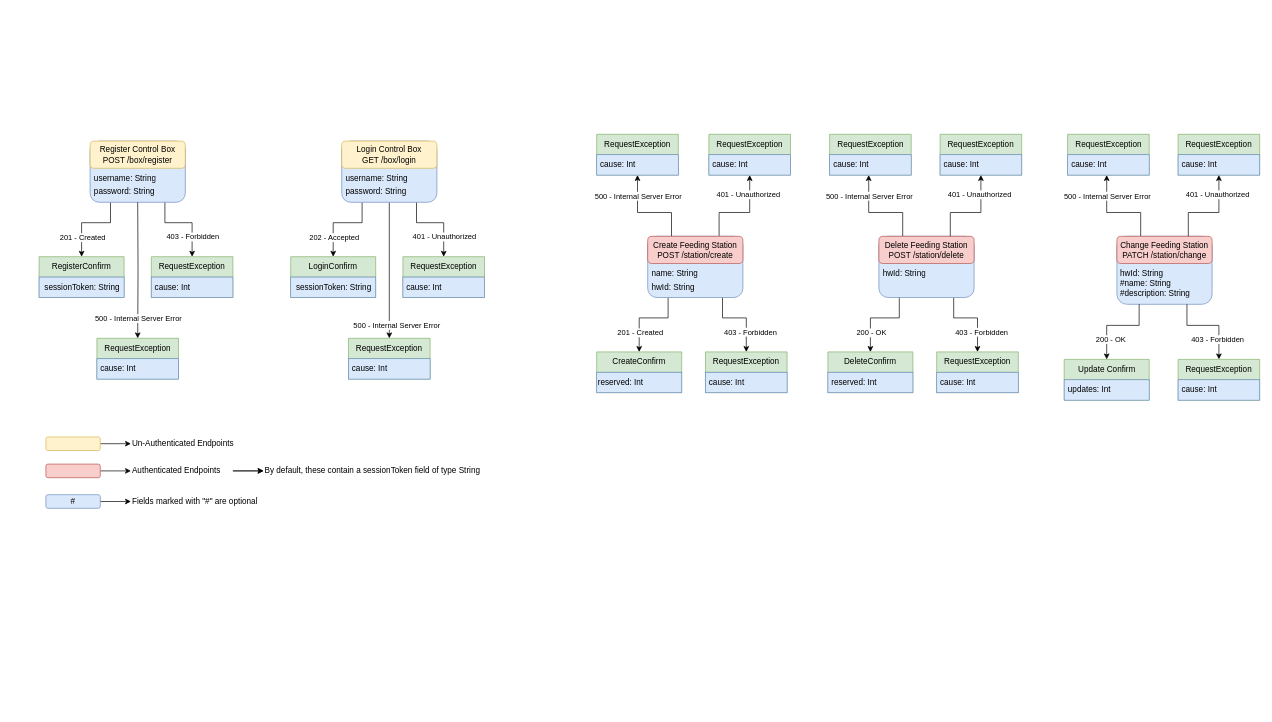
Earlier version of the draw.io diagram page "Page-2" (2 of 2) of Spec/Rest.drawio (Ner027/MooFeeder). Source tidied: cells renumbered, new cells numbered last; positions are measured from the earlier drawing's top-left corner, leaving out a move shared by most shapes. Both pictures are drawn from the tidied source at 68%, with x=0, y=0 at pixel (39, 134).
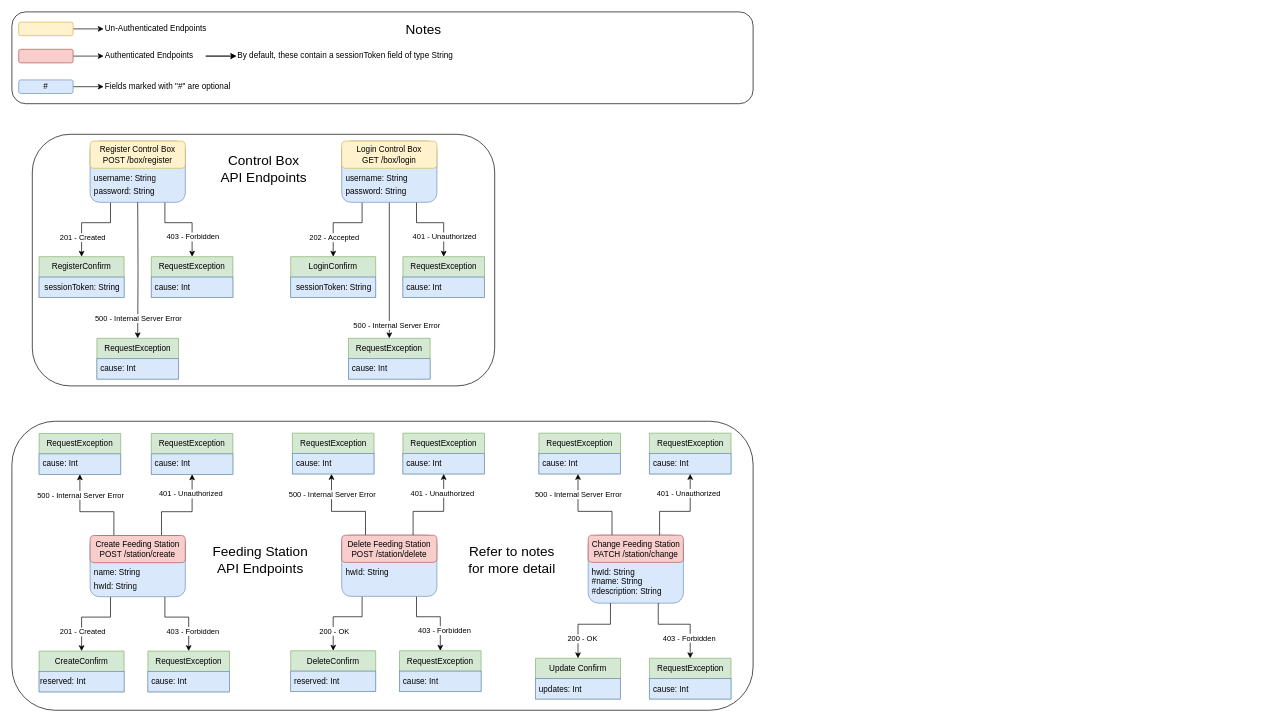
The same page after the edit.

Unchanged cells that the change refers to:
```xml
<mxCell id="50" value="&amp;nbsp;cause: Int" style="text;html=1;align=left;verticalAlign=middle;points=[];strokeColor=#6c8ebf;fillColor=#dae8fc;" parent="49" vertex="1">
  <mxGeometry y="30" width="120" height="30" as="geometry" />
</mxCell>
<mxCell id="68" value="&amp;nbsp;cause: Int" style="text;html=1;align=left;verticalAlign=middle;points=[];strokeColor=#6c8ebf;fillColor=#dae8fc;" parent="67" vertex="1">
  <mxGeometry y="30" width="120" height="30" as="geometry" />
</mxCell>
<mxCell id="88" value="&amp;nbsp;cause: Int" style="text;html=1;align=left;verticalAlign=middle;points=[];strokeColor=#6c8ebf;fillColor=#dae8fc;" parent="87" vertex="1">
  <mxGeometry y="30" width="120" height="30" as="geometry" />
</mxCell>
```

Change to the diagram source:
```diff
@@
     <mxCell id="33" value="CreateConfirm" style="swimlane;fontStyle=0;horizontal=1;startSize=30;whiteSpace=wrap;html=1;fillColor=#d5e8d4;strokeColor=#82b366;" parent="1" vertex="1">
-      <mxGeometry x="820" y="320" width="125" height="60" as="geometry" />
+      <mxGeometry y="760" width="125" height="60" as="geometry" />
     </mxCell>
@@
     <mxCell id="35" style="edgeStyle=orthogonalEdgeStyle;rounded=0;jettySize=auto;html=1;entryX=0.5;entryY=0;entryDx=0;entryDy=0;" parent="1" edge="1" source="40" target="33">
       <mxGeometry relative="1" as="geometry">
         <Array as="points">
-          <mxPoint x="925" y="270" />
-          <mxPoint x="883" y="270" />
+          <mxPoint x="105" y="710" />
+          <mxPoint x="63" y="710" />
         </Array>
       </mxGeometry>
     </mxCell>
@@
     <mxCell id="37" style="edgeStyle=orthogonalEdgeStyle;rounded=0;jettySize=auto;html=1;entryX=0.5;entryY=0;entryDx=0;entryDy=0;" parent="1" edge="1" source="40" target="46">
       <mxGeometry relative="1" as="geometry">
         <Array as="points">
-          <mxPoint x="1005" y="270" />
-          <mxPoint x="1040" y="270" />
+          <mxPoint x="185" y="710" />
+          <mxPoint x="220" y="710" />
         </Array>
       </mxGeometry>
     </mxCell>
     <mxCell id="38" style="edgeStyle=orthogonalEdgeStyle;rounded=0;jettySize=auto;html=1;" parent="1" edge="1" source="40" target="51">
       <mxGeometry relative="1" as="geometry">
         <Array as="points">
-          <mxPoint x="1000" y="115" />
-          <mxPoint x="1045" y="115" />
+          <mxPoint x="180" y="555" />
+          <mxPoint x="225" y="555" />
         </Array>
       </mxGeometry>
     </mxCell>
@@
     <mxCell id="40" style="rounded=1;whiteSpace=wrap;html=1;fillColor=#dae8fc;strokeColor=#6c8ebf;" parent="1" vertex="1">
-      <mxGeometry x="895" y="150" width="140" height="90" as="geometry" />
+      <mxGeometry x="75" y="590" width="140" height="90" as="geometry" />
     </mxCell>
     <mxCell id="41" style="edgeStyle=orthogonalEdgeStyle;rounded=0;jettySize=auto;html=1;" parent="1" edge="1" source="43" target="50">
       <mxGeometry relative="1" as="geometry">
         <Array as="points">
-          <mxPoint x="930" y="115" />
-          <mxPoint x="880" y="115" />
+          <mxPoint x="110" y="555" />
+          <mxPoint x="60" y="555" />
         </Array>
       </mxGeometry>
     </mxCell>
@@
     <mxCell id="43" value="Create Feeding Station&lt;br&gt;POST /station/create" style="rounded=1;whiteSpace=wrap;html=1;fillColor=#f8cecc;strokeColor=#b85450;" parent="1" vertex="1">
-      <mxGeometry x="895" y="150" width="140" height="40" as="geometry" />
+      <mxGeometry x="75" y="590" width="140" height="40" as="geometry" />
     </mxCell>
     <mxCell id="44" value="name: String" style="text;strokeColor=none;fillColor=none;align=left;verticalAlign=middle;spacingLeft=4;spacingRight=4;overflow=hidden;whiteSpace=wrap;html=1;" parent="1" vertex="1">
-      <mxGeometry x="895" y="190" width="120" height="30" as="geometry" />
+      <mxGeometry x="75" y="630" width="120" height="30" as="geometry" />
     </mxCell>
     <mxCell id="45" value="hwId: String" style="text;strokeColor=none;fillColor=none;align=left;verticalAlign=middle;spacingLeft=4;spacingRight=4;overflow=hidden;whiteSpace=wrap;html=1;" parent="1" vertex="1">
-      <mxGeometry x="895" y="210" width="120" height="30" as="geometry" />
+      <mxGeometry x="75" y="650" width="120" height="30" as="geometry" />
     </mxCell>
     <mxCell id="46" value="RequestException" style="swimlane;fontStyle=0;horizontal=1;startSize=30;whiteSpace=wrap;html=1;fillColor=#d5e8d4;strokeColor=#82b366;" parent="1" vertex="1">
-      <mxGeometry x="980" y="320" width="120" height="60" as="geometry" />
+      <mxGeometry x="160" y="760" width="120" height="60" as="geometry" />
     </mxCell>
@@
     <mxCell id="48" value="403 - Forbidden" style="edgeLabel;html=1;align=center;verticalAlign=middle;" parent="1" vertex="1">
-      <mxGeometry x="1045" y="290" as="geometry" />
+      <mxGeometry x="225" y="730" as="geometry" />
     </mxCell>
     <mxCell id="49" value="RequestException" style="swimlane;fontStyle=0;horizontal=1;startSize=30;whiteSpace=wrap;html=1;fillColor=#d5e8d4;strokeColor=#82b366;" parent="1" vertex="1">
-      <mxGeometry x="820" width="120" height="60" as="geometry" />
+      <mxGeometry y="440" width="120" height="60" as="geometry" />
     </mxCell>
@@
     <mxCell id="51" value="RequestException" style="swimlane;fontStyle=0;horizontal=1;startSize=30;whiteSpace=wrap;html=1;fillColor=#d5e8d4;strokeColor=#82b366;" parent="1" vertex="1">
-      <mxGeometry x="985" width="120" height="60" as="geometry" />
+      <mxGeometry x="165" y="440" width="120" height="60" as="geometry" />
     </mxCell>
@@
     <mxCell id="54" value="DeleteConfirm" style="swimlane;fontStyle=0;horizontal=1;startSize=30;whiteSpace=wrap;html=1;fillColor=#d5e8d4;strokeColor=#82b366;" parent="1" vertex="1">
-      <mxGeometry x="1160" y="320" width="125" height="60" as="geometry" />
+      <mxGeometry x="370" y="759.5" width="125" height="60" as="geometry" />
     </mxCell>
@@
     <mxCell id="56" style="edgeStyle=orthogonalEdgeStyle;rounded=0;jettySize=auto;html=1;entryX=0.5;entryY=0;entryDx=0;entryDy=0;" parent="1" edge="1" source="59" target="54">
       <mxGeometry relative="1" as="geometry">
         <Array as="points">
-          <mxPoint x="1265" y="270" />
-          <mxPoint x="1223" y="270" />
+          <mxPoint x="475" y="709.5" />
+          <mxPoint x="433" y="709.5" />
         </Array>
       </mxGeometry>
     </mxCell>
@@
     <mxCell id="58" style="edgeStyle=orthogonalEdgeStyle;rounded=0;jettySize=auto;html=1;entryX=0.5;entryY=0;entryDx=0;entryDy=0;" parent="1" edge="1" source="59" target="64">
       <mxGeometry relative="1" as="geometry">
         <Array as="points">
-          <mxPoint x="1345" y="270" />
-          <mxPoint x="1380" y="270" />
+          <mxPoint x="555" y="709.5" />
+          <mxPoint x="590" y="709.5" />
         </Array>
       </mxGeometry>
     </mxCell>
     <mxCell id="59" style="rounded=1;whiteSpace=wrap;html=1;fillColor=#dae8fc;strokeColor=#6c8ebf;" parent="1" vertex="1">
-      <mxGeometry x="1235" y="150" width="140" height="90" as="geometry" />
+      <mxGeometry x="445" y="589.5" width="140" height="90" as="geometry" />
     </mxCell>
     <mxCell id="60" style="edgeStyle=orthogonalEdgeStyle;rounded=0;jettySize=auto;html=1;" parent="1" edge="1" source="62" target="68">
       <mxGeometry relative="1" as="geometry">
         <Array as="points">
-          <mxPoint x="1270" y="115" />
-          <mxPoint x="1220" y="115" />
+          <mxPoint x="480" y="554.5" />
+          <mxPoint x="430" y="554.5" />
         </Array>
       </mxGeometry>
     </mxCell>
@@
     <mxCell id="62" value="Delete Feeding Station&lt;br&gt;POST /station/delete" style="rounded=1;whiteSpace=wrap;html=1;fillColor=#f8cecc;strokeColor=#b85450;" parent="1" vertex="1">
-      <mxGeometry x="1235" y="150" width="140" height="40" as="geometry" />
+      <mxGeometry x="445" y="589.5" width="140" height="40" as="geometry" />
     </mxCell>
     <mxCell id="63" value="hwId: String" style="text;strokeColor=none;fillColor=none;align=left;verticalAlign=middle;spacingLeft=4;spacingRight=4;overflow=hidden;whiteSpace=wrap;html=1;" parent="1" vertex="1">
-      <mxGeometry x="1235" y="190" width="120" height="30" as="geometry" />
+      <mxGeometry x="445" y="629.5" width="120" height="30" as="geometry" />
     </mxCell>
     <mxCell id="64" value="RequestException" style="swimlane;fontStyle=0;horizontal=1;startSize=30;whiteSpace=wrap;html=1;fillColor=#d5e8d4;strokeColor=#82b366;" parent="1" vertex="1">
-      <mxGeometry x="1320" y="320" width="120" height="60" as="geometry" />
+      <mxGeometry x="530" y="759.5" width="120" height="60" as="geometry" />
     </mxCell>
@@
     <mxCell id="66" value="403 - Forbidden" style="edgeLabel;html=1;align=center;verticalAlign=middle;" parent="1" vertex="1">
-      <mxGeometry x="1385" y="290" as="geometry" />
+      <mxGeometry x="595" y="729.5" as="geometry" />
     </mxCell>
     <mxCell id="67" value="RequestException" style="swimlane;fontStyle=0;horizontal=1;startSize=30;whiteSpace=wrap;html=1;fillColor=#d5e8d4;strokeColor=#82b366;" parent="1" vertex="1">
-      <mxGeometry x="1162.5" width="120" height="60" as="geometry" />
+      <mxGeometry x="372.5" y="439.5" width="120" height="60" as="geometry" />
     </mxCell>
@@
     <mxCell id="69" value="RequestException" style="swimlane;fontStyle=0;horizontal=1;startSize=30;whiteSpace=wrap;html=1;fillColor=#d5e8d4;strokeColor=#82b366;" parent="1" vertex="1">
-      <mxGeometry x="1325" width="120" height="60" as="geometry" />
+      <mxGeometry x="535" y="439.5" width="120" height="60" as="geometry" />
     </mxCell>
@@
     <mxCell id="71" style="edgeStyle=orthogonalEdgeStyle;rounded=0;orthogonalLoop=1;jettySize=auto;html=1;" parent="1" edge="1">
       <mxGeometry relative="1" as="geometry">
-        <mxPoint x="1340" y="150" as="sourcePoint" />
-        <mxPoint x="1385" y="60" as="targetPoint" />
+        <mxPoint x="550" y="589.5" as="sourcePoint" />
+        <mxPoint x="595" y="499.5" as="targetPoint" />
         <Array as="points">
-          <mxPoint x="1340" y="115" />
-          <mxPoint x="1385" y="115" />
+          <mxPoint x="550" y="554.5" />
+          <mxPoint x="595" y="554.5" />
         </Array>
       </mxGeometry>
     </mxCell>
@@
     <mxCell id="74" style="rounded=1;whiteSpace=wrap;html=1;fillColor=#fff2cc;strokeColor=#d6b656;" parent="1" vertex="1">
-      <mxGeometry x="10" y="445" width="80" height="20" as="geometry" />
+      <mxGeometry x="-30" y="-165" width="80" height="20" as="geometry" />
     </mxCell>
@@
     <mxCell id="76" style="rounded=1;whiteSpace=wrap;html=1;fillColor=#f8cecc;strokeColor=#b85450;" parent="1" vertex="1">
-      <mxGeometry x="10" y="485" width="80" height="20" as="geometry" />
+      <mxGeometry x="-30" y="-125" width="80" height="20" as="geometry" />
     </mxCell>
     <mxCell id="77" value="Un-Authenticated Endpoints" style="text;html=1;align=left;verticalAlign=middle;points=[];strokeColor=none;fillColor=none;" parent="1" vertex="1">
-      <mxGeometry x="135" y="440" width="170" height="30" as="geometry" />
+      <mxGeometry x="95" y="-170" width="170" height="30" as="geometry" />
     </mxCell>
@@
     <mxCell id="80" value="Authenticated Endpoints" style="text;html=1;align=left;verticalAlign=middle;points=[];strokeColor=none;fillColor=none;" parent="1" vertex="1">
-      <mxGeometry x="135" y="480" width="150" height="30" as="geometry" />
+      <mxGeometry x="95" y="-130" width="150" height="30" as="geometry" />
     </mxCell>
     <mxCell id="81" value="By default, these contain a sessionToken field of type String" style="text;html=1;align=left;verticalAlign=middle;points=[];strokeColor=none;fillColor=none;" parent="1" vertex="1">
-      <mxGeometry x="330" y="480" width="340" height="30" as="geometry" />
+      <mxGeometry x="290" y="-130" width="340" height="30" as="geometry" />
     </mxCell>
     <mxCell id="82" style="rounded=1;whiteSpace=wrap;html=1;fillColor=#dae8fc;strokeColor=#6c8ebf;" parent="1" vertex="1">
-      <mxGeometry x="1585" y="150" width="140" height="100" as="geometry" />
+      <mxGeometry x="807.5" y="589.5" width="140" height="100" as="geometry" />
     </mxCell>
     <mxCell id="83" style="edgeStyle=orthogonalEdgeStyle;rounded=0;jettySize=auto;html=1;" parent="1" edge="1" source="85" target="88">
       <mxGeometry relative="1" as="geometry">
         <Array as="points">
-          <mxPoint x="1620" y="115" />
-          <mxPoint x="1570" y="115" />
+          <mxPoint x="842.5" y="554.5" />
+          <mxPoint x="792.5" y="554.5" />
         </Array>
       </mxGeometry>
     </mxCell>
@@
     <mxCell id="85" value="Change Feeding Station&lt;br&gt;PATCH /station/change" style="rounded=1;whiteSpace=wrap;html=1;fillColor=#f8cecc;strokeColor=#b85450;" parent="1" vertex="1">
-      <mxGeometry x="1585" y="150" width="140" height="40" as="geometry" />
+      <mxGeometry x="807.5" y="589.5" width="140" height="40" as="geometry" />
     </mxCell>
     <mxCell id="86" value="hwId: String&lt;br&gt;#name: String&lt;br&gt;#description: String" style="text;strokeColor=none;fillColor=none;align=left;verticalAlign=middle;spacingLeft=4;spacingRight=4;overflow=hidden;points=[[0,0.5],[1,0.5]];portConstraint=eastwest;whiteSpace=wrap;html=1;" parent="1" vertex="1">
-      <mxGeometry x="1584" y="186" width="143" height="65" as="geometry" />
+      <mxGeometry x="806.5" y="625.5" width="143" height="65" as="geometry" />
     </mxCell>
     <mxCell id="87" value="RequestException" style="swimlane;fontStyle=0;horizontal=1;startSize=30;whiteSpace=wrap;html=1;fillColor=#d5e8d4;strokeColor=#82b366;" parent="1" vertex="1">
-      <mxGeometry x="1512.5" width="120" height="60" as="geometry" />
+      <mxGeometry x="735" y="439.5" width="120" height="60" as="geometry" />
     </mxCell>
@@
     <mxCell id="89" value="RequestException" style="swimlane;fontStyle=0;horizontal=1;startSize=30;whiteSpace=wrap;html=1;fillColor=#d5e8d4;strokeColor=#82b366;" parent="1" vertex="1">
-      <mxGeometry x="1675" width="120" height="60" as="geometry" />
+      <mxGeometry x="897.5" y="439.5" width="120" height="60" as="geometry" />
     </mxCell>
@@
     <mxCell id="91" style="edgeStyle=orthogonalEdgeStyle;rounded=0;orthogonalLoop=1;jettySize=auto;html=1;" parent="1" edge="1">
       <mxGeometry relative="1" as="geometry">
-        <mxPoint x="1690" y="150" as="sourcePoint" />
-        <mxPoint x="1735" y="60" as="targetPoint" />
+        <mxPoint x="912.5" y="589.5" as="sourcePoint" />
+        <mxPoint x="957.5" y="499.5" as="targetPoint" />
         <Array as="points">
-          <mxPoint x="1690" y="115" />
-          <mxPoint x="1735" y="115" />
+          <mxPoint x="912.5" y="554.5" />
+          <mxPoint x="957.5" y="554.5" />
         </Array>
       </mxGeometry>
     </mxCell>
@@
     <mxCell id="93" value="Update Confirm" style="swimlane;fontStyle=0;horizontal=1;startSize=30;whiteSpace=wrap;html=1;fillColor=#d5e8d4;strokeColor=#82b366;" parent="1" vertex="1">
-      <mxGeometry x="1507.5" y="331" width="125" height="60" as="geometry" />
+      <mxGeometry x="730" y="770.5" width="125" height="60" as="geometry" />
     </mxCell>
@@
     <mxCell id="95" style="edgeStyle=orthogonalEdgeStyle;rounded=0;jettySize=auto;html=1;entryX=0.5;entryY=0;entryDx=0;entryDy=0;exitX=0.236;exitY=0.983;exitDx=0;exitDy=0;exitPerimeter=0;" parent="1" edge="1" source="86" target="93">
       <mxGeometry relative="1" as="geometry">
         <Array as="points">
-          <mxPoint x="1618" y="281" />
-          <mxPoint x="1570" y="281" />
+          <mxPoint x="840.5" y="720.5" />
+          <mxPoint x="792.5" y="720.5" />
         </Array>
       </mxGeometry>
     </mxCell>
@@
     <mxCell id="97" style="edgeStyle=orthogonalEdgeStyle;rounded=0;jettySize=auto;html=1;entryX=0.5;entryY=0;entryDx=0;entryDy=0;" parent="1" edge="1" target="98">
       <mxGeometry relative="1" as="geometry">
-        <mxPoint x="1688" y="250" as="sourcePoint" />
+        <mxPoint x="910.5" y="689.5" as="sourcePoint" />
         <Array as="points">
-          <mxPoint x="1688" y="281" />
-          <mxPoint x="1735" y="281" />
+          <mxPoint x="910.5" y="720.5" />
+          <mxPoint x="957.5" y="720.5" />
         </Array>
       </mxGeometry>
     </mxCell>
     <mxCell id="98" value="RequestException" style="swimlane;fontStyle=0;horizontal=1;startSize=30;whiteSpace=wrap;html=1;fillColor=#d5e8d4;strokeColor=#82b366;" parent="1" vertex="1">
-      <mxGeometry x="1675" y="331" width="120" height="60" as="geometry" />
+      <mxGeometry x="897.5" y="770.5" width="120" height="60" as="geometry" />
     </mxCell>
@@
     <mxCell id="100" value="403 - Forbidden" style="edgeLabel;html=1;align=center;verticalAlign=middle;" parent="1" vertex="1">
-      <mxGeometry x="1732.5" y="301" as="geometry" />
+      <mxGeometry x="955" y="740.5" as="geometry" />
     </mxCell>
@@
     <mxCell id="102" value="#" style="rounded=1;whiteSpace=wrap;html=1;fillColor=#dae8fc;strokeColor=#6c8ebf;" parent="1" vertex="1">
-      <mxGeometry x="10" y="530" width="80" height="20" as="geometry" />
+      <mxGeometry x="-30" y="-80" width="80" height="20" as="geometry" />
     </mxCell>
     <mxCell id="103" value="Fields marked with &quot;#&quot; are optional" style="text;html=1;align=left;verticalAlign=middle;points=[];strokeColor=none;fillColor=none;" parent="1" vertex="1">
-      <mxGeometry x="135" y="525" width="210" height="30" as="geometry" />
+      <mxGeometry x="95" y="-85" width="210" height="30" as="geometry" />
     </mxCell>
+    <mxCell id="104" style="rounded=1;whiteSpace=wrap;html=1;fillColor=none;" parent="1" vertex="1">
+      <mxGeometry x="-10" width="680" height="370" as="geometry" />
+    </mxCell>
+    <mxCell id="105" value="&lt;font style=&quot;font-size: 20px;&quot;&gt;Control Box&lt;br&gt;API Endpoints&lt;/font&gt;" style="text;html=1;align=center;verticalAlign=middle;strokeColor=none;fillColor=none;" parent="1" vertex="1">
+      <mxGeometry x="255" y="20" width="150" height="60" as="geometry" />
+    </mxCell>
+    <mxCell id="106" style="rounded=1;whiteSpace=wrap;html=1;fillColor=none;" parent="1" vertex="1">
+      <mxGeometry x="-40" y="422" width="1090" height="425" as="geometry" />
+    </mxCell>
+    <mxCell id="107" value="&lt;span style=&quot;font-size: 20px;&quot;&gt;Feeding Station&lt;br&gt;API Endpoints&lt;br&gt;&lt;/span&gt;" style="text;html=1;align=center;verticalAlign=middle;strokeColor=none;fillColor=none;" parent="1" vertex="1">
+      <mxGeometry x="245" y="595" width="160" height="60" as="geometry" />
+    </mxCell>
+    <mxCell id="108" value="&lt;span style=&quot;font-size: 20px;&quot;&gt;Refer to notes&lt;br&gt;for more detail&lt;br&gt;&lt;/span&gt;" style="text;html=1;align=center;verticalAlign=middle;strokeColor=none;fillColor=none;" parent="1" vertex="1">
+      <mxGeometry x="620" y="595" width="150" height="60" as="geometry" />
+    </mxCell>
+    <mxCell id="109" style="rounded=1;whiteSpace=wrap;html=1;fillColor=none;" parent="1" vertex="1">
+      <mxGeometry x="-40" y="-180" width="1090" height="135" as="geometry" />
+    </mxCell>
+    <mxCell id="110" value="&lt;span style=&quot;font-size: 20px;&quot;&gt;Notes&lt;/span&gt;" style="text;html=1;align=center;verticalAlign=middle;strokeColor=none;fillColor=none;" parent="1" vertex="1">
+      <mxGeometry x="525" y="-175" width="80" height="40" as="geometry" />
+    </mxCell>
```
